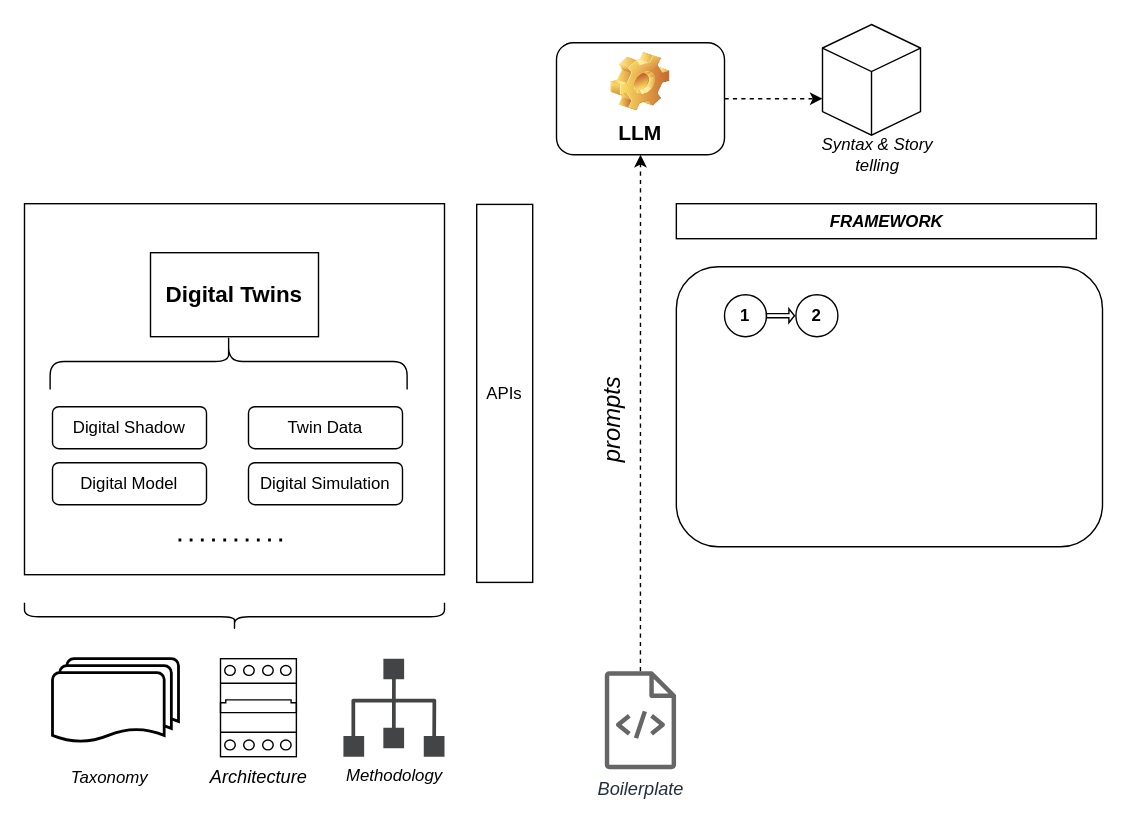
Before: drawio/mams/dd-twins/DDTwins_Architecture.drawio in scrodrig/Diagrams, a draw.io diagram. Source tidied: cells renumbered, new cells numbered last; positions are measured from the earlier drawing's top-left corner, leaving out a move shared by most shapes. Both pictures are drawn from the tidied source at 140%, with x=0, y=0 at pixel (24, 24).
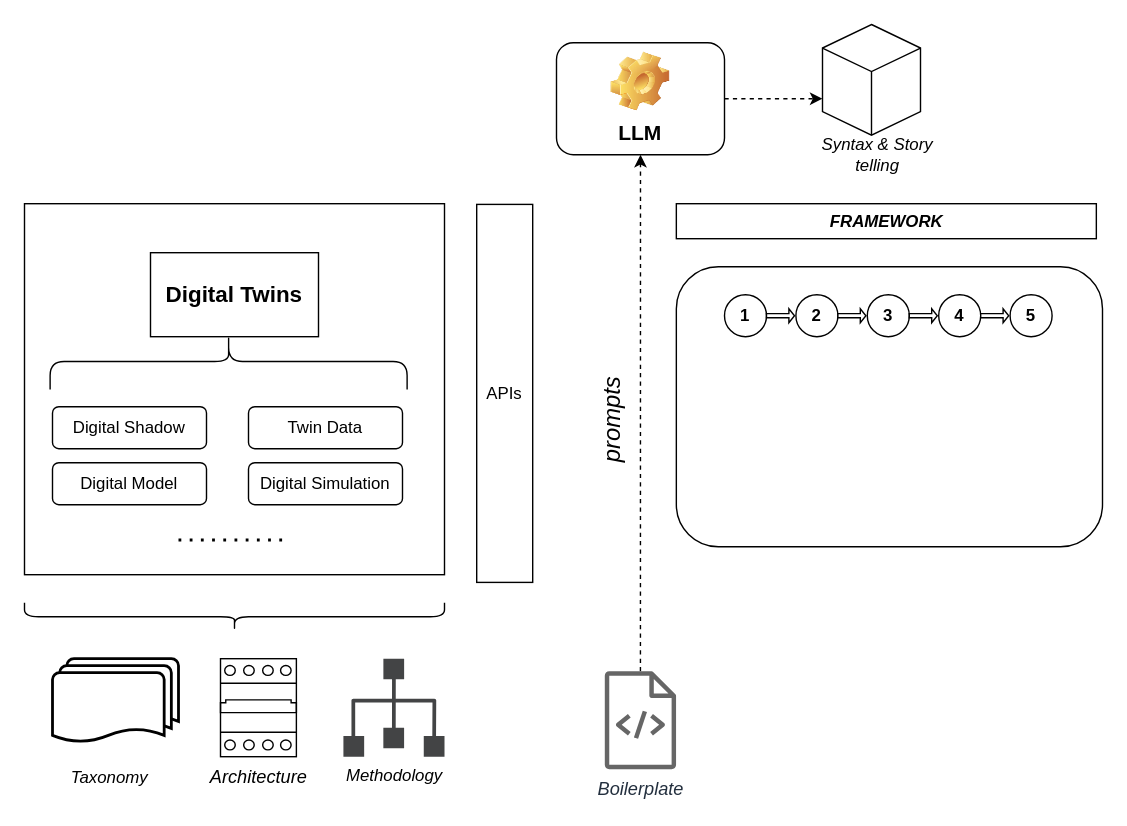
The same page after the edit.

What changed in the source:
```diff
@@
+    <mxCell id="29" style="group;" parent="1" vertex="1">
+      <mxGeometry x="500" y="193" width="234" height="30" as="geometry" />
+    </mxCell>
-    <mxCell id="26" value="&lt;b&gt;1&lt;/b&gt;" style="ellipse;whiteSpace=wrap;html=1;" parent="1" vertex="1">
-      <mxGeometry x="500" y="193" width="30" height="30" as="geometry" />
+    <mxCell id="26" value="&lt;b&gt;1&lt;/b&gt;" style="ellipse;whiteSpace=wrap;html=1;" parent="29" vertex="1">
+      <mxGeometry width="30" height="30" as="geometry" />
     </mxCell>
-    <mxCell id="27" style="shape=singleArrow;whiteSpace=wrap;html=1;" parent="1" vertex="1">
-      <mxGeometry x="530" y="203" width="20" height="10" as="geometry" />
+    <mxCell id="27" style="shape=singleArrow;whiteSpace=wrap;html=1;" parent="29" vertex="1">
+      <mxGeometry x="30" y="10" width="20" height="10" as="geometry" />
     </mxCell>
-    <mxCell id="28" value="&lt;b&gt;2&lt;/b&gt;" style="ellipse;whiteSpace=wrap;html=1;" parent="1" vertex="1">
-      <mxGeometry x="551" y="193" width="30" height="30" as="geometry" />
+    <mxCell id="28" value="&lt;b&gt;2&lt;/b&gt;" style="ellipse;whiteSpace=wrap;html=1;" parent="29" vertex="1">
+      <mxGeometry x="51" width="30" height="30" as="geometry" />
     </mxCell>
+    <mxCell id="30" style="shape=singleArrow;whiteSpace=wrap;html=1;" parent="29" vertex="1">
+      <mxGeometry x="81" y="10" width="20" height="10" as="geometry" />
+    </mxCell>
+    <mxCell id="31" value="&lt;b&gt;3&lt;/b&gt;" style="ellipse;whiteSpace=wrap;html=1;" parent="29" vertex="1">
+      <mxGeometry x="102" width="30" height="30" as="geometry" />
+    </mxCell>
+    <mxCell id="32" style="shape=singleArrow;whiteSpace=wrap;html=1;" parent="29" vertex="1">
+      <mxGeometry x="132" y="10" width="20" height="10" as="geometry" />
+    </mxCell>
+    <mxCell id="33" value="&lt;b&gt;4&lt;/b&gt;" style="ellipse;whiteSpace=wrap;html=1;" parent="29" vertex="1">
+      <mxGeometry x="153" width="30" height="30" as="geometry" />
+    </mxCell>
+    <mxCell id="34" style="shape=singleArrow;whiteSpace=wrap;html=1;" parent="29" vertex="1">
+      <mxGeometry x="183" y="10" width="20" height="10" as="geometry" />
+    </mxCell>
+    <mxCell id="35" value="&lt;b&gt;5&lt;/b&gt;" style="ellipse;whiteSpace=wrap;html=1;" parent="29" vertex="1">
+      <mxGeometry x="204" width="30" height="30" as="geometry" />
+    </mxCell>
```
